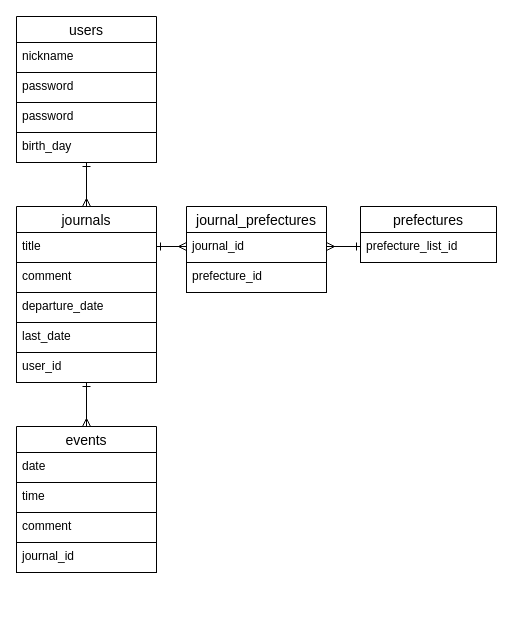
KatKeeeen/tabiji keeps this draw.io diagram as database.dio. Above is the earlier version. Source tidied: cells renumbered, new cells numbered last; positions are measured from the earlier drawing's top-left corner, leaving out a move shared by most shapes. Both pictures are drawn from the tidied source at 100%, with x=0, y=0 at pixel (16, 16).
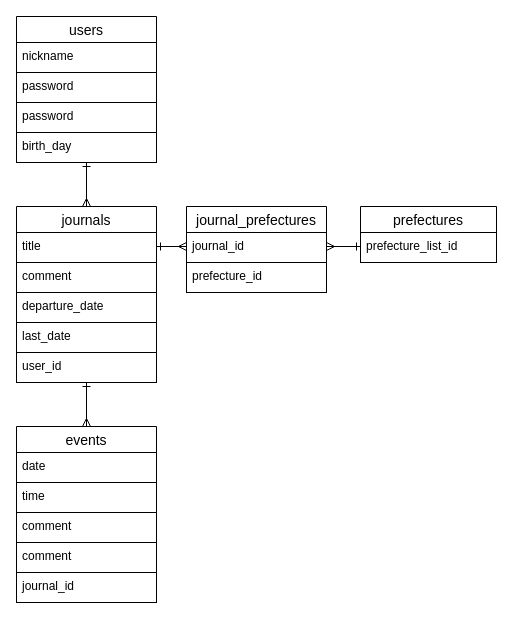
After the change.

What changed in the source:
```diff
@@
     <mxCell id="18" value="events" style="swimlane;fontStyle=0;horizontal=1;startSize=26;align=center;fontSize=14;" parent="1" vertex="1">
-      <mxGeometry y="410" width="140" height="146" as="geometry" />
+      <mxGeometry y="410" width="140" height="176" as="geometry" />
     </mxCell>
@@
+    <mxCell id="27" value="comment" style="text;strokeColor=default;fillColor=none;spacingLeft=4;spacingRight=4;overflow=hidden;fontSize=12;perimeterSpacing=1;" parent="18" vertex="1">
+      <mxGeometry y="86" width="140" height="30" as="geometry" />
+    </mxCell>
     <mxCell id="21" value="comment" style="text;strokeColor=default;fillColor=none;spacingLeft=4;spacingRight=4;overflow=hidden;fontSize=12;perimeterSpacing=1;" parent="18" vertex="1">
-      <mxGeometry y="86" width="140" height="30" as="geometry" />
+      <mxGeometry y="116" width="140" height="30" as="geometry" />
     </mxCell>
     <mxCell id="22" value="journal_id" style="text;strokeColor=default;fillColor=none;spacingLeft=4;spacingRight=4;overflow=hidden;fontSize=12;perimeterSpacing=1;" parent="18" vertex="1">
-      <mxGeometry y="116" width="140" height="30" as="geometry" />
+      <mxGeometry y="146" width="140" height="30" as="geometry" />
     </mxCell>
```
